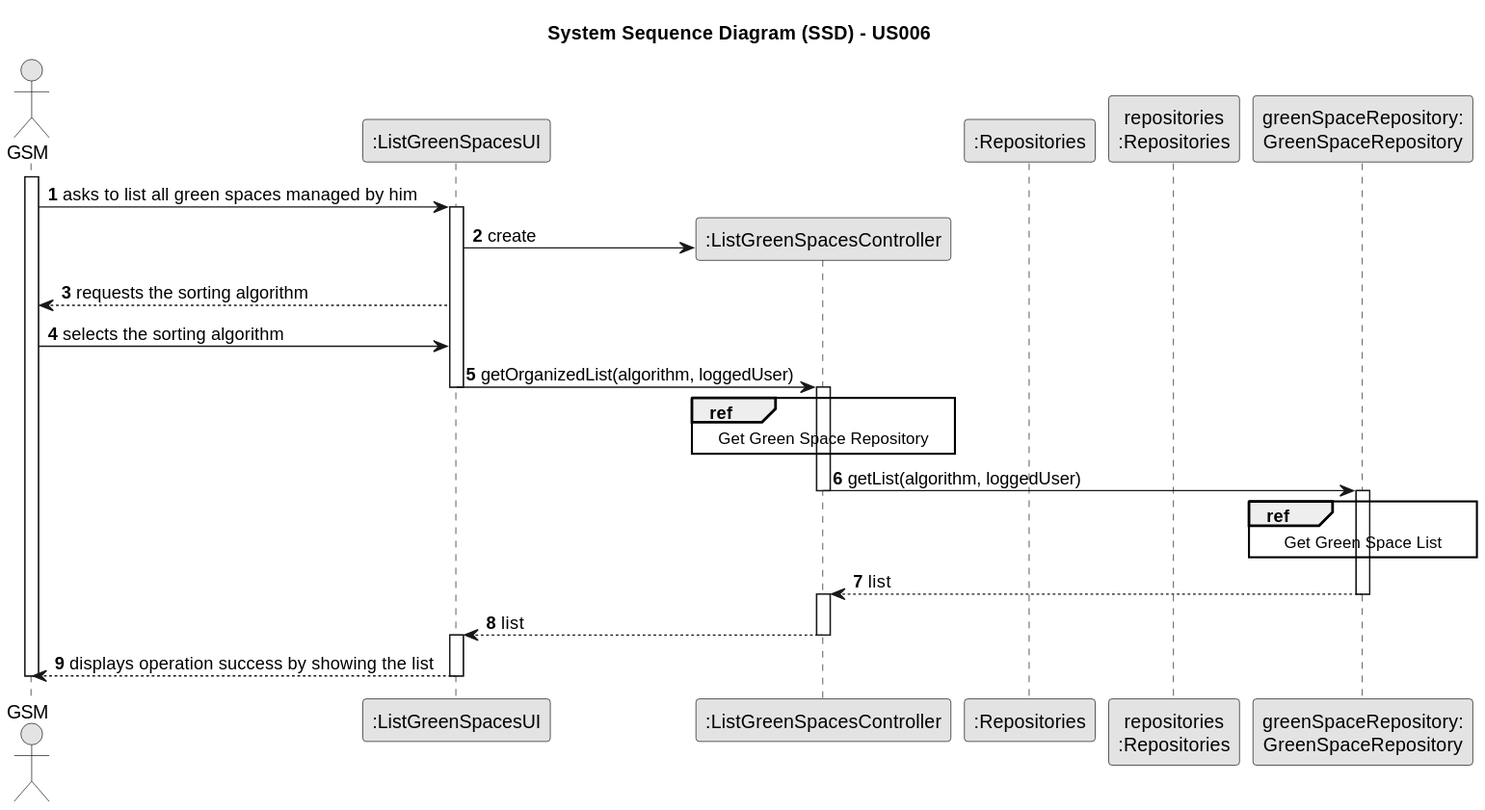
The PlantUML diagram docs/sprintC/us027/03.design/svg/us027-sequence-diagram-split.svg in ricardomm7/leaflink, before a commit.
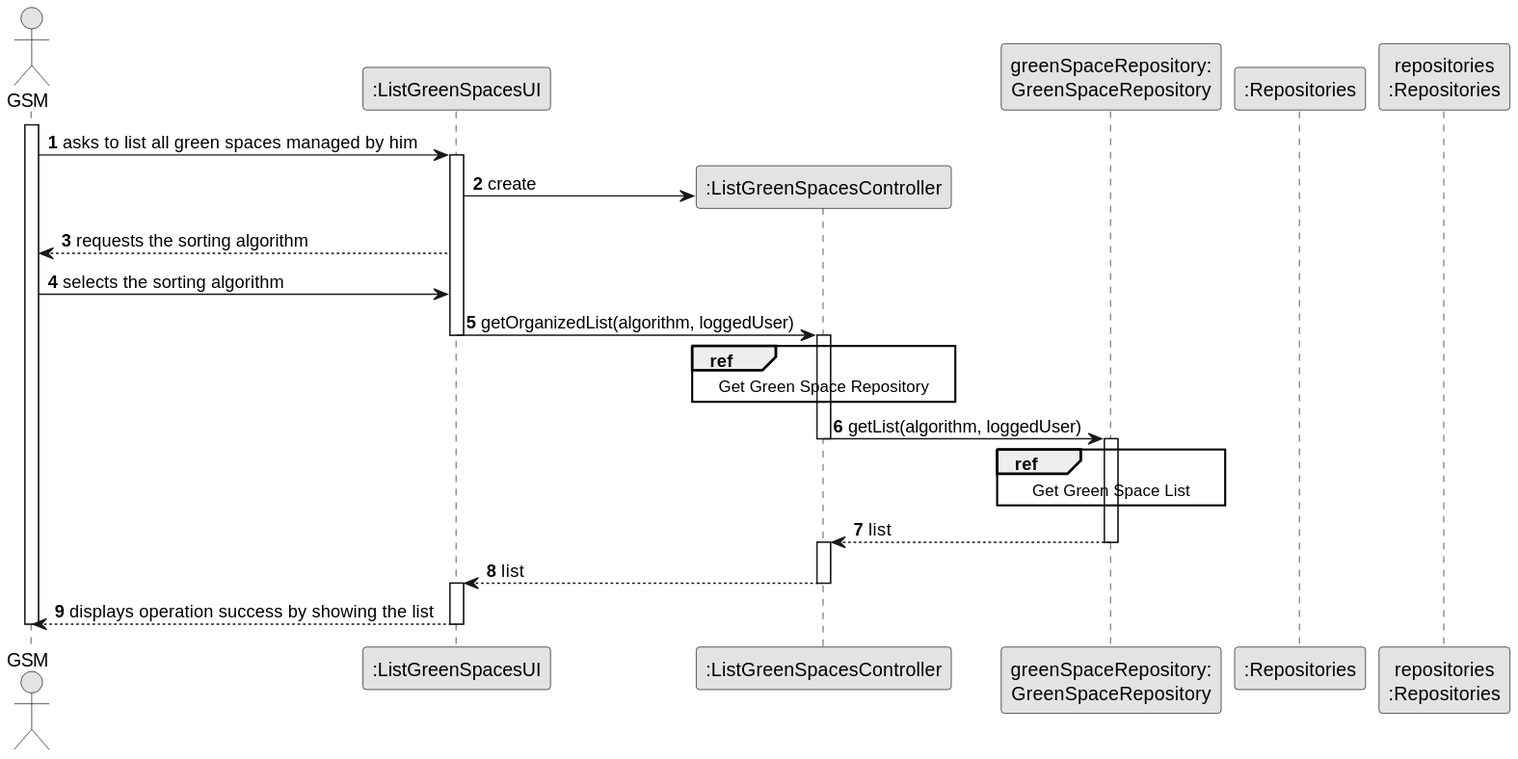
After the commit.

The edit, as a diff of the source:
```diff
@@ -3,16 +3,15 @@
 skinparam packageStyle rectangle
 skinparam shadowing false
 
-title System Sequence Diagram (SSD) - US006
 
 autonumber
 
 actor "GSM" as GSM
 participant ":ListGreenSpacesUI" as UI
 participant ":ListGreenSpacesController" as CTRL
+participant "greenSpaceRepository:\nGreenSpaceRepository" as GreenSpaceRepo
 participant ":Repositories" as RepositorySingleton
 participant "repositories\n:Repositories" as PLAT
-participant "greenSpaceRepository:\nGreenSpaceRepository" as GreenSpaceRepo
 
 activate GSM
 GSM -> UI : asks to list all green spaces managed by him
```
